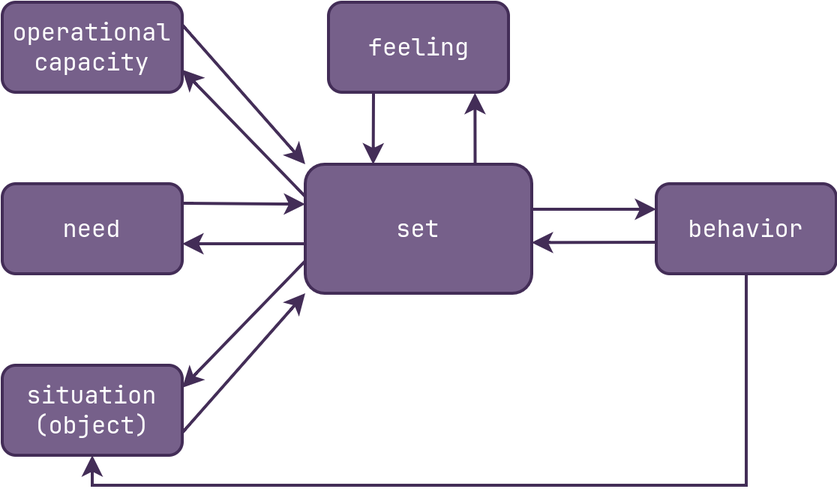
Before: src/assets/images/set-chart.png, a diagram exported from draw.io (CondensedMilk7/pridontetradze.com). Source tidied: cells renumbered, new cells last; positions are measured from the earlier drawing's top-left corner, leaving out a move shared by most shapes.
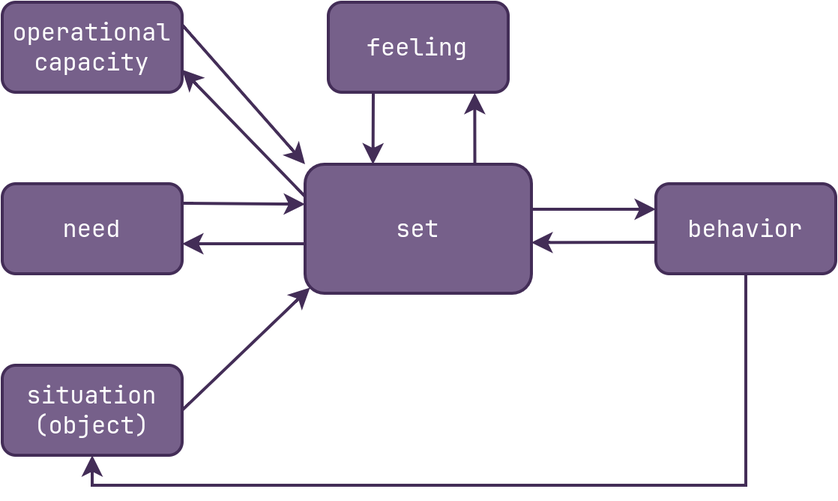
After the change.

Commit message:
remove extra arrow from set chart

Diff of the diagram source:
```diff
@@ -2,52 +2,49 @@
   <root>
     <mxCell id="0" />
     <mxCell id="1" parent="0" />
-    <mxCell id="2" style="edgeStyle=none;curved=1;rounded=0;jettySize=auto;html=1;exitX=1;exitY=0.25;exitDx=0;exitDy=0;entryX=0;entryY=0;entryDx=0;entryDy=0;fontSize=12;startSize=8;endSize=8;fontFamily=JetBrains Mono;labelBorderColor=none;fillColor=#76608a;strokeColor=#432D57;strokeWidth=2;" parent="1" edge="1" source="3" target="11">
+    <mxCell id="2" style="edgeStyle=none;curved=1;rounded=1;jettySize=auto;html=1;exitX=1;exitY=0.25;exitDx=0;exitDy=0;entryX=0;entryY=0;entryDx=0;entryDy=0;fontSize=12;startSize=8;endSize=8;fontFamily=JetBrains Mono;fillColor=#76608a;strokeColor=#432D57;strokeWidth=2;" parent="1" edge="1" source="3" target="11">
       <mxGeometry relative="1" as="geometry" />
     </mxCell>
-    <mxCell id="3" value="operational capacity" style="rounded=1;whiteSpace=wrap;html=1;fontSize=16;fontFamily=JetBrains Mono;labelBorderColor=none;fillColor=#76608a;strokeColor=#432D57;fontColor=#ffffff;strokeWidth=2;" parent="1" vertex="1">
+    <mxCell id="3" value="operational capacity" style="rounded=1;whiteSpace=wrap;html=1;fontSize=16;fontFamily=JetBrains Mono;fillColor=#76608a;fontColor=#ffffff;strokeColor=#432D57;strokeWidth=2;" parent="1" vertex="1">
       <mxGeometry width="120" height="60" as="geometry" />
     </mxCell>
-    <mxCell id="4" value="need" style="rounded=1;whiteSpace=wrap;html=1;fontSize=16;fontFamily=JetBrains Mono;labelBorderColor=none;fillColor=#76608a;strokeColor=#432D57;fontColor=#ffffff;strokeWidth=2;" parent="1" vertex="1">
+    <mxCell id="4" value="need" style="rounded=1;whiteSpace=wrap;html=1;fontSize=16;fontFamily=JetBrains Mono;fillColor=#76608a;fontColor=#ffffff;strokeColor=#432D57;strokeWidth=2;" parent="1" vertex="1">
       <mxGeometry y="121" width="120" height="60" as="geometry" />
     </mxCell>
-    <mxCell id="5" style="edgeStyle=none;curved=1;rounded=0;jettySize=auto;html=1;exitX=1;exitY=0.75;exitDx=0;exitDy=0;entryX=0;entryY=1;entryDx=0;entryDy=0;fontSize=12;startSize=8;endSize=8;fontFamily=JetBrains Mono;labelBorderColor=none;fillColor=#76608a;strokeColor=#432D57;strokeWidth=2;" parent="1" edge="1" source="6" target="11">
+    <mxCell id="5" style="edgeStyle=none;curved=1;rounded=1;jettySize=auto;html=1;exitX=1;exitY=0.5;exitDx=0;exitDy=0;entryX=0.022;entryY=0.957;entryDx=0;entryDy=0;fontSize=12;startSize=8;endSize=8;fontFamily=JetBrains Mono;entryPerimeter=0;fillColor=#76608a;strokeColor=#432D57;strokeWidth=2;" parent="1" edge="1" source="6" target="11">
       <mxGeometry relative="1" as="geometry" />
     </mxCell>
-    <mxCell id="6" value="situation (object)" style="rounded=1;whiteSpace=wrap;html=1;fontSize=16;fontFamily=JetBrains Mono;labelBorderColor=none;fillColor=#76608a;strokeColor=#432D57;fontColor=#ffffff;strokeWidth=2;" parent="1" vertex="1">
+    <mxCell id="6" value="situation (object)" style="rounded=1;whiteSpace=wrap;html=1;fontSize=16;fontFamily=JetBrains Mono;fillColor=#76608a;fontColor=#ffffff;strokeColor=#432D57;strokeWidth=2;" parent="1" vertex="1">
       <mxGeometry y="242" width="120" height="60" as="geometry" />
     </mxCell>
-    <mxCell id="7" style="edgeStyle=none;curved=1;rounded=0;jettySize=auto;html=1;exitX=0;exitY=0.25;exitDx=0;exitDy=0;entryX=1;entryY=0.75;entryDx=0;entryDy=0;fontSize=12;startSize=8;endSize=8;fontFamily=JetBrains Mono;labelBorderColor=none;fillColor=#76608a;strokeColor=#432D57;strokeWidth=2;" parent="1" edge="1" source="11" target="3">
+    <mxCell id="7" style="edgeStyle=none;curved=1;rounded=1;jettySize=auto;html=1;exitX=0;exitY=0.25;exitDx=0;exitDy=0;entryX=1;entryY=0.75;entryDx=0;entryDy=0;fontSize=12;startSize=8;endSize=8;fontFamily=JetBrains Mono;fillColor=#76608a;strokeColor=#432D57;strokeWidth=2;" parent="1" edge="1" source="11" target="3">
       <mxGeometry relative="1" as="geometry" />
     </mxCell>
-    <mxCell id="8" style="edgeStyle=none;curved=1;rounded=0;orthogonalLoop=1;jettySize=auto;html=1;entryX=1;entryY=0.5;entryDx=0;entryDy=0;fontSize=12;startSize=8;endSize=8;fontFamily=JetBrains Mono;labelBorderColor=none;fillColor=#76608a;strokeColor=#432D57;strokeWidth=2;" parent="1" edge="1">
+    <mxCell id="8" style="edgeStyle=none;curved=1;rounded=1;orthogonalLoop=1;jettySize=auto;html=1;entryX=1;entryY=0.5;entryDx=0;entryDy=0;fontSize=12;startSize=8;endSize=8;fontFamily=JetBrains Mono;fillColor=#76608a;strokeColor=#432D57;strokeWidth=2;" parent="1" edge="1">
       <mxGeometry relative="1" as="geometry">
         <mxPoint x="202" y="161" as="sourcePoint" />
         <mxPoint x="120" y="161" as="targetPoint" />
       </mxGeometry>
     </mxCell>
-    <mxCell id="9" style="edgeStyle=none;curved=1;rounded=0;jettySize=auto;html=1;exitX=0;exitY=0.75;exitDx=0;exitDy=0;entryX=1;entryY=0.25;entryDx=0;entryDy=0;fontSize=12;startSize=8;endSize=8;fontFamily=JetBrains Mono;labelBorderColor=none;fillColor=#76608a;strokeColor=#432D57;strokeWidth=2;" parent="1" edge="1" source="11" target="6">
-      <mxGeometry relative="1" as="geometry" />
-    </mxCell>
-    <mxCell id="10" style="edgeStyle=none;curved=1;rounded=0;orthogonalLoop=1;jettySize=auto;html=1;entryX=0;entryY=0.5;entryDx=0;entryDy=0;fontSize=12;startSize=8;endSize=8;labelBorderColor=none;fillColor=#76608a;strokeColor=#432D57;strokeWidth=2;" parent="1" edge="1">
+    <mxCell id="10" style="edgeStyle=none;curved=1;rounded=1;orthogonalLoop=1;jettySize=auto;html=1;entryX=0;entryY=0.5;entryDx=0;entryDy=0;fontSize=12;startSize=8;endSize=8;fillColor=#76608a;strokeColor=#432D57;strokeWidth=2;" parent="1" edge="1">
       <mxGeometry relative="1" as="geometry">
         <mxPoint x="353" y="138" as="sourcePoint" />
         <mxPoint x="436" y="138" as="targetPoint" />
       </mxGeometry>
     </mxCell>
-    <mxCell id="11" value="set" style="rounded=1;whiteSpace=wrap;html=1;fontSize=16;fontFamily=JetBrains Mono;labelBorderColor=none;fillColor=#76608a;strokeColor=#432D57;fontColor=#ffffff;strokeWidth=2;" parent="1" vertex="1">
+    <mxCell id="11" value="set" style="rounded=1;whiteSpace=wrap;html=1;fontSize=16;fontFamily=JetBrains Mono;fillColor=#76608a;fontColor=#ffffff;strokeColor=#432D57;strokeWidth=2;" parent="1" vertex="1">
       <mxGeometry x="202" y="108" width="151" height="86" as="geometry" />
     </mxCell>
-    <mxCell id="12" style="edgeStyle=none;curved=1;rounded=0;orthogonalLoop=1;jettySize=auto;html=1;exitX=1;exitY=0.25;exitDx=0;exitDy=0;entryX=-0.002;entryY=0.333;entryDx=0;entryDy=0;entryPerimeter=0;fontSize=12;startSize=8;endSize=8;fontFamily=JetBrains Mono;labelBorderColor=none;fillColor=#76608a;strokeColor=#432D57;strokeWidth=2;" parent="1" edge="1">
+    <mxCell id="12" style="edgeStyle=none;curved=1;rounded=1;orthogonalLoop=1;jettySize=auto;html=1;exitX=1;exitY=0.25;exitDx=0;exitDy=0;entryX=-0.002;entryY=0.333;entryDx=0;entryDy=0;entryPerimeter=0;fontSize=12;startSize=8;endSize=8;fontFamily=JetBrains Mono;fillColor=#76608a;strokeColor=#432D57;strokeWidth=2;" parent="1" edge="1">
       <mxGeometry relative="1" as="geometry">
         <mxPoint x="120.3" y="134" as="sourcePoint" />
         <mxPoint x="202" y="134.6" as="targetPoint" />
       </mxGeometry>
     </mxCell>
-    <mxCell id="13" value="feeling" style="rounded=1;whiteSpace=wrap;html=1;fontSize=16;fontFamily=JetBrains Mono;labelBorderColor=none;fillColor=#76608a;strokeColor=#432D57;fontColor=#ffffff;strokeWidth=2;" parent="1" vertex="1">
+    <mxCell id="13" value="feeling" style="rounded=1;whiteSpace=wrap;html=1;fontSize=16;fontFamily=JetBrains Mono;fillColor=#76608a;fontColor=#ffffff;strokeColor=#432D57;strokeWidth=2;" parent="1" vertex="1">
       <mxGeometry x="217.5" width="120" height="60" as="geometry" />
     </mxCell>
-    <mxCell id="14" style="edgeStyle=orthogonalEdgeStyle;rounded=0;jettySize=auto;html=1;fontSize=12;startSize=8;endSize=8;entryX=0.5;entryY=1;entryDx=0;entryDy=0;fillColor=#76608a;strokeColor=#432D57;strokeWidth=2;" parent="1" edge="1" source="15" target="6">
+    <mxCell id="14" style="edgeStyle=orthogonalEdgeStyle;rounded=0;jettySize=auto;html=1;fontSize=12;startSize=8;endSize=8;entryX=0.5;entryY=1;entryDx=0;entryDy=0;curved=0;fillColor=#76608a;strokeColor=#432D57;strokeWidth=2;" parent="1" edge="1" source="15" target="6">
       <mxGeometry relative="1" as="geometry">
         <Array as="points">
           <mxPoint x="496" y="322" />
@@ -55,16 +52,16 @@
         </Array>
       </mxGeometry>
     </mxCell>
-    <mxCell id="15" value="behavior" style="rounded=1;whiteSpace=wrap;html=1;fontSize=16;fontFamily=JetBrains Mono;labelBorderColor=none;fillColor=#76608a;strokeColor=#432D57;fontColor=#ffffff;strokeWidth=2;" parent="1" vertex="1">
+    <mxCell id="15" value="behavior" style="rounded=1;whiteSpace=wrap;html=1;fontSize=16;fontFamily=JetBrains Mono;fillColor=#76608a;fontColor=#ffffff;strokeColor=#432D57;strokeWidth=2;" parent="1" vertex="1">
       <mxGeometry x="436" y="121" width="120" height="60" as="geometry" />
     </mxCell>
-    <mxCell id="16" style="edgeStyle=none;curved=1;rounded=0;jettySize=auto;html=1;exitX=0.25;exitY=1;exitDx=0;exitDy=0;entryX=0.3;entryY=0.002;entryDx=0;entryDy=0;entryPerimeter=0;fontSize=12;startSize=8;endSize=8;labelBorderColor=none;fillColor=#76608a;strokeColor=#432D57;strokeWidth=2;" parent="1" edge="1" source="13" target="11">
+    <mxCell id="16" style="edgeStyle=none;curved=1;rounded=1;jettySize=auto;html=1;exitX=0.25;exitY=1;exitDx=0;exitDy=0;entryX=0.3;entryY=0.002;entryDx=0;entryDy=0;entryPerimeter=0;fontSize=12;startSize=8;endSize=8;fillColor=#76608a;strokeColor=#432D57;strokeWidth=2;" parent="1" edge="1" source="13" target="11">
       <mxGeometry relative="1" as="geometry" />
     </mxCell>
-    <mxCell id="17" style="edgeStyle=none;curved=1;rounded=0;jettySize=auto;html=1;exitX=0.75;exitY=0;exitDx=0;exitDy=0;entryX=0.814;entryY=1.007;entryDx=0;entryDy=0;entryPerimeter=0;fontSize=12;startSize=8;endSize=8;labelBorderColor=none;fillColor=#76608a;strokeColor=#432D57;strokeWidth=2;" parent="1" edge="1" source="11" target="13">
+    <mxCell id="17" style="edgeStyle=none;curved=1;rounded=1;jettySize=auto;html=1;exitX=0.75;exitY=0;exitDx=0;exitDy=0;entryX=0.814;entryY=1.007;entryDx=0;entryDy=0;entryPerimeter=0;fontSize=12;startSize=8;endSize=8;fillColor=#76608a;strokeColor=#432D57;strokeWidth=2;" parent="1" edge="1" source="11" target="13">
       <mxGeometry relative="1" as="geometry" />
     </mxCell>
-    <mxCell id="18" style="edgeStyle=none;curved=1;rounded=0;orthogonalLoop=1;jettySize=auto;html=1;exitX=0;exitY=0.25;exitDx=0;exitDy=0;entryX=1.006;entryY=0.328;entryDx=0;entryDy=0;entryPerimeter=0;fontSize=12;startSize=8;endSize=8;labelBorderColor=none;fillColor=#76608a;strokeColor=#432D57;strokeWidth=2;" parent="1" edge="1">
+    <mxCell id="18" style="edgeStyle=none;curved=1;rounded=1;orthogonalLoop=1;jettySize=auto;html=1;exitX=0;exitY=0.25;exitDx=0;exitDy=0;entryX=1.006;entryY=0.328;entryDx=0;entryDy=0;entryPerimeter=0;fontSize=12;startSize=8;endSize=8;fillColor=#76608a;strokeColor=#432D57;strokeWidth=2;" parent="1" edge="1">
       <mxGeometry relative="1" as="geometry">
         <mxPoint x="435.1" y="160" as="sourcePoint" />
         <mxPoint x="353" y="160.2" as="targetPoint" />
```
